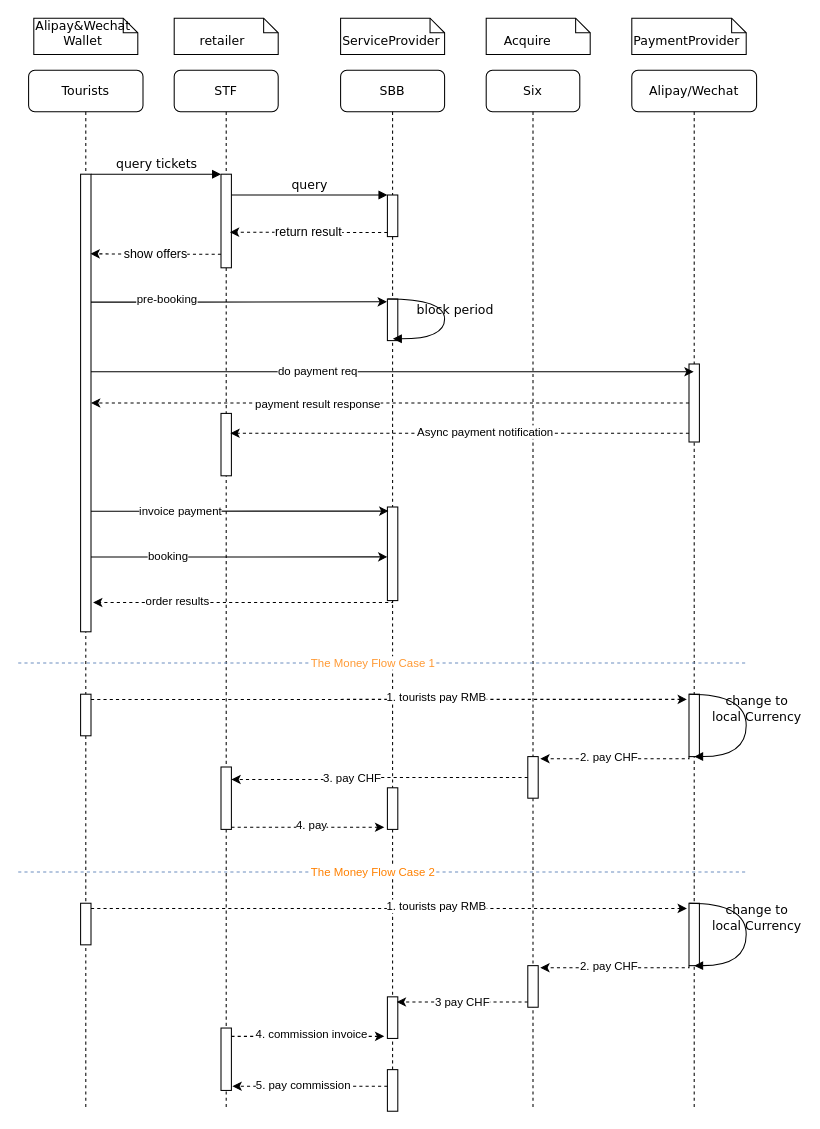
The draw.io diagram SBB-Seq.drawio in shidh/drawio, before the edit. Source tidied: cells renumbered, new cells numbered last; positions are measured from the earlier drawing's top-left corner, leaving out a move shared by most shapes. Both pictures are drawn from the tidied source at 104%, with x=0, y=0 at pixel (18, 18).
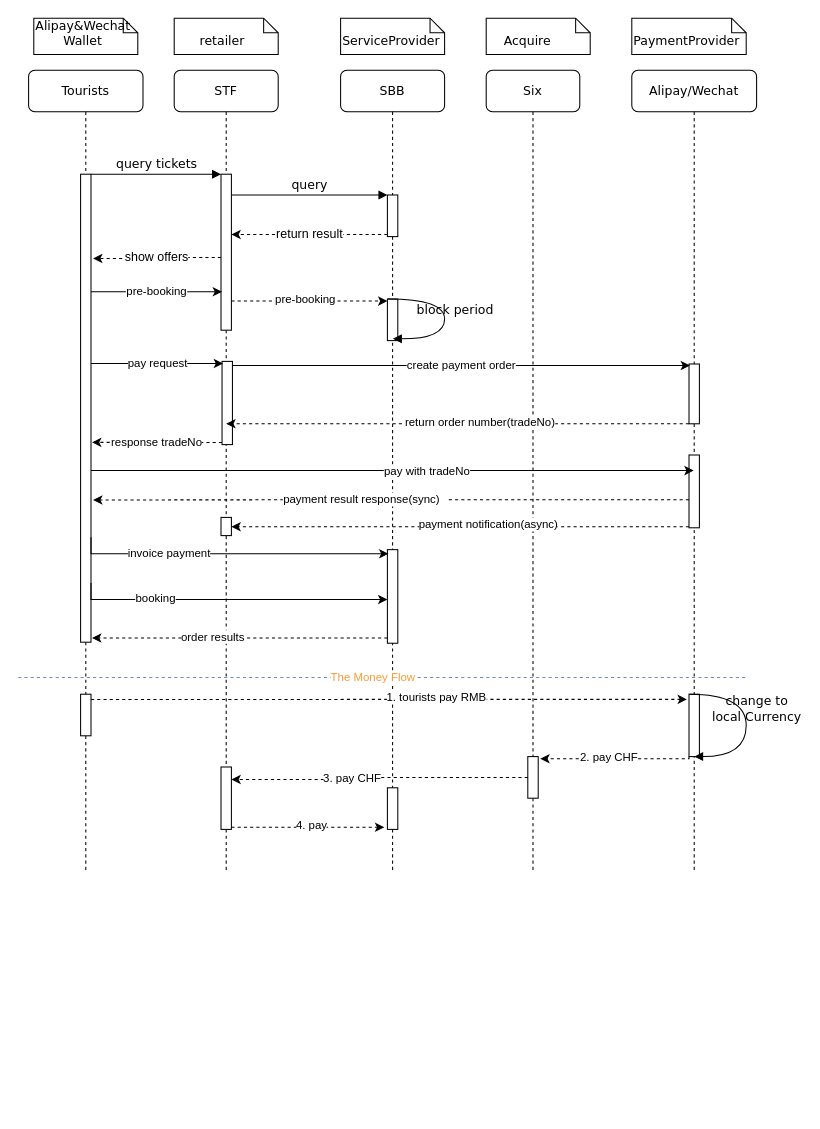
Above is the later version.

Unchanged cells that the change refers to:
```xml
<mxCell id="8" style="html=1;points=[];perimeter=orthogonalPerimeter;rounded=0;shadow=0;comic=0;labelBackgroundColor=none;strokeWidth=1;fontFamily=Verdana;fontSize=12;align=center;" parent="7" vertex="1">
  <mxGeometry x="45" y="120" width="10" height="40" as="geometry" />
</mxCell>
<mxCell id="9" style="html=1;points=[];perimeter=orthogonalPerimeter;rounded=0;shadow=0;comic=0;labelBackgroundColor=none;strokeWidth=1;fontFamily=Verdana;fontSize=12;align=center;" parent="7" vertex="1">
  <mxGeometry x="45" y="220" width="10" height="40" as="geometry" />
</mxCell>
```

Change to the diagram source:
```diff
@@
     <mxCell id="2" value="STF" style="shape=umlLifeline;perimeter=lifelinePerimeter;whiteSpace=wrap;html=1;rounded=1;shadow=0;comic=0;labelBackgroundColor=none;strokeWidth=1;fontFamily=Verdana;fontSize=12;align=center;" parent="1" vertex="1">
-      <mxGeometry x="150" y="50" width="100" height="1000" as="geometry" />
+      <mxGeometry x="150" y="50" width="100" height="770" as="geometry" />
     </mxCell>
     <mxCell id="3" style="html=1;points=[];perimeter=orthogonalPerimeter;rounded=0;shadow=0;comic=0;labelBackgroundColor=none;strokeWidth=1;fontFamily=Verdana;fontSize=12;align=center;" parent="2" vertex="1">
-      <mxGeometry x="45" y="100" width="10" height="90" as="geometry" />
+      <mxGeometry x="45" y="100" width="10" height="150" as="geometry" />
     </mxCell>
-    <mxCell id="4" style="html=1;points=[];perimeter=orthogonalPerimeter;rounded=0;shadow=0;comic=0;labelBackgroundColor=none;strokeWidth=1;fontFamily=Verdana;fontSize=12;align=center;" parent="2" vertex="1">
-      <mxGeometry x="45" y="330" width="10" height="60" as="geometry" />
-    </mxCell>
@@
-    <mxCell id="6" style="html=1;points=[];perimeter=orthogonalPerimeter;rounded=0;shadow=0;comic=0;labelBackgroundColor=none;strokeWidth=1;fontFamily=Verdana;fontSize=12;align=center;" parent="2" vertex="1">
-      <mxGeometry x="45" y="921" width="10" height="60" as="geometry" />
-    </mxCell>
+    <mxCell id="71" style="html=1;points=[];perimeter=orthogonalPerimeter;rounded=0;shadow=0;comic=0;labelBackgroundColor=none;strokeWidth=1;fontFamily=Verdana;fontSize=12;align=center;" parent="2" vertex="1">
+      <mxGeometry x="46" y="280" width="10" height="80" as="geometry" />
+    </mxCell>
+    <mxCell id="72" style="html=1;points=[];perimeter=orthogonalPerimeter;rounded=0;shadow=0;comic=0;labelBackgroundColor=none;strokeWidth=1;fontFamily=Verdana;fontSize=12;align=center;" parent="2" vertex="1">
+      <mxGeometry x="45" y="430" width="10" height="17.5" as="geometry" />
+    </mxCell>
     <mxCell id="7" value="SBB" style="shape=umlLifeline;perimeter=lifelinePerimeter;whiteSpace=wrap;html=1;rounded=1;shadow=0;comic=0;labelBackgroundColor=none;strokeWidth=1;fontFamily=Verdana;fontSize=12;align=center;" parent="1" vertex="1">
-      <mxGeometry x="310" y="50" width="100" height="1000" as="geometry" />
+      <mxGeometry x="310" y="50" width="100" height="770" as="geometry" />
     </mxCell>
@@
     <mxCell id="10" style="html=1;points=[];perimeter=orthogonalPerimeter;rounded=0;shadow=0;comic=0;labelBackgroundColor=none;strokeWidth=1;fontFamily=Verdana;fontSize=12;align=center;" parent="7" vertex="1">
-      <mxGeometry x="45" y="420" width="10" height="90" as="geometry" />
+      <mxGeometry x="45" y="461" width="10" height="90" as="geometry" />
     </mxCell>
-    <mxCell id="11" style="html=1;points=[];perimeter=orthogonalPerimeter;rounded=0;shadow=0;comic=0;labelBackgroundColor=none;strokeWidth=1;fontFamily=Verdana;fontSize=12;align=center;" parent="7" vertex="1">
-      <mxGeometry x="45" y="891" width="10" height="40" as="geometry" />
-    </mxCell>
@@
-    <mxCell id="13" style="html=1;points=[];perimeter=orthogonalPerimeter;rounded=0;shadow=0;comic=0;labelBackgroundColor=none;strokeWidth=1;fontFamily=Verdana;fontSize=12;align=center;" parent="7" vertex="1">
-      <mxGeometry x="45" y="961" width="10" height="40" as="geometry" />
-    </mxCell>
     <mxCell id="14" value="Six" style="shape=umlLifeline;perimeter=lifelinePerimeter;whiteSpace=wrap;html=1;rounded=1;shadow=0;comic=0;labelBackgroundColor=none;strokeWidth=1;fontFamily=Verdana;fontSize=12;align=center;" parent="1" vertex="1">
-      <mxGeometry x="450" y="50" width="90" height="1000" as="geometry" />
+      <mxGeometry x="450" y="50" width="90" height="770" as="geometry" />
     </mxCell>
@@
     <mxCell id="16" value="Alipay/Wechat" style="shape=umlLifeline;perimeter=lifelinePerimeter;whiteSpace=wrap;html=1;outlineConnect=0;rounded=1;shadow=0;comic=0;labelBackgroundColor=none;strokeWidth=1;fontFamily=Verdana;fontSize=12;align=center;" parent="1" vertex="1">
-      <mxGeometry x="590" y="50" width="120" height="1000" as="geometry" />
+      <mxGeometry x="590" y="50" width="120" height="770" as="geometry" />
     </mxCell>
     <mxCell id="17" style="html=1;points=[];perimeter=orthogonalPerimeter;rounded=0;shadow=0;comic=0;labelBackgroundColor=none;strokeWidth=1;fontFamily=Verdana;fontSize=12;align=center;" parent="16" vertex="1">
-      <mxGeometry x="55" y="282.5" width="10" height="75" as="geometry" />
+      <mxGeometry x="55" y="282.5" width="10" height="57.5" as="geometry" />
     </mxCell>
@@
+    <mxCell id="73" style="html=1;points=[];perimeter=orthogonalPerimeter;rounded=0;shadow=0;comic=0;labelBackgroundColor=none;strokeWidth=1;fontFamily=Verdana;fontSize=12;align=center;" parent="16" vertex="1">
+      <mxGeometry x="55" y="370" width="10" height="70" as="geometry" />
+    </mxCell>
     <mxCell id="19" value="Tourists" style="shape=umlLifeline;perimeter=lifelinePerimeter;whiteSpace=wrap;html=1;rounded=1;shadow=0;comic=0;labelBackgroundColor=none;strokeWidth=1;fontFamily=Verdana;fontSize=12;align=center;" parent="1" vertex="1">
-      <mxGeometry x="10" y="50" width="110" height="1000" as="geometry" />
+      <mxGeometry x="10" y="50" width="110" height="770" as="geometry" />
     </mxCell>
     <mxCell id="20" style="html=1;points=[];perimeter=orthogonalPerimeter;rounded=0;shadow=0;comic=0;labelBackgroundColor=none;strokeWidth=1;fontFamily=Verdana;fontSize=12;align=center;" parent="19" vertex="1">
-      <mxGeometry x="50" y="100" width="10" height="440" as="geometry" />
+      <mxGeometry x="50" y="100" width="10" height="450" as="geometry" />
     </mxCell>
@@
-    <mxCell id="22" style="html=1;points=[];perimeter=orthogonalPerimeter;rounded=0;shadow=0;comic=0;labelBackgroundColor=none;strokeWidth=1;fontFamily=Verdana;fontSize=12;align=center;" parent="19" vertex="1">
-      <mxGeometry x="50" y="801" width="10" height="40" as="geometry" />
-    </mxCell>
@@
-    <mxCell id="28" value="&lt;font style=&quot;font-size: 12px&quot;&gt;show offers&lt;/font&gt;" style="edgeStyle=orthogonalEdgeStyle;rounded=0;jettySize=auto;html=1;entryX=0.955;entryY=0.174;entryDx=0;entryDy=0;entryPerimeter=0;dashed=1;" parent="1" edge="1" source="3" target="20">
-      <mxGeometry relative="1" as="geometry">
-        <Array as="points">
-          <mxPoint x="160" y="227" />
-          <mxPoint x="160" y="227" />
-        </Array>
-      </mxGeometry>
-    </mxCell>
@@
-    <mxCell id="31" style="edgeStyle=orthogonalEdgeStyle;rounded=0;jettySize=auto;html=1;entryX=-0.045;entryY=0.068;entryDx=0;entryDy=0;entryPerimeter=0;" parent="1" edge="1" source="20" target="9">
-      <mxGeometry relative="1" as="geometry">
-        <Array as="points">
-          <mxPoint x="150" y="273" />
-          <mxPoint x="150" y="273" />
-        </Array>
-      </mxGeometry>
-    </mxCell>
-    <mxCell id="32" value="pre-booking" style="edgeLabel;html=1;align=center;verticalAlign=middle;" parent="31" vertex="1">
-      <mxGeometry x="-0.27" relative="1" as="geometry">
-        <mxPoint x="-31" y="-3" as="offset" />
-      </mxGeometry>
-    </mxCell>
@@
-    <mxCell id="34" value="do payment req" style="edgeStyle=orthogonalEdgeStyle;rounded=0;jettySize=auto;html=1;" parent="1" edge="1" source="20" target="16">
-      <mxGeometry x="-0.18" y="-20" relative="1" as="geometry">
-        <Array as="points">
-          <mxPoint x="300" y="340" />
-          <mxPoint x="300" y="340" />
-        </Array>
-        <mxPoint x="-20" y="-20" as="offset" />
-      </mxGeometry>
-    </mxCell>
-    <mxCell id="35" value="&lt;span style=&quot;font-size: 12px&quot;&gt;return result&lt;/span&gt;" style="edgeStyle=orthogonalEdgeStyle;rounded=0;jettySize=auto;html=1;entryX=0.855;entryY=0.619;entryDx=0;entryDy=0;entryPerimeter=0;dashed=1;" parent="1" edge="1" source="8" target="3">
-      <mxGeometry relative="1" as="geometry">
-        <Array as="points">
-          <mxPoint x="320" y="206" />
-          <mxPoint x="320" y="206" />
-        </Array>
-      </mxGeometry>
-    </mxCell>
-    <mxCell id="36" style="edgeStyle=orthogonalEdgeStyle;rounded=0;jettySize=auto;html=1;dashed=1;" parent="1" edge="1" source="17" target="20">
-      <mxGeometry relative="1" as="geometry">
-        <Array as="points">
-          <mxPoint x="490" y="370" />
-          <mxPoint x="490" y="370" />
-        </Array>
-      </mxGeometry>
-    </mxCell>
-    <mxCell id="37" value="payment result response" style="edgeLabel;html=1;align=center;verticalAlign=middle;" parent="36" vertex="1">
-      <mxGeometry x="0.35" y="-1" relative="1" as="geometry">
-        <mxPoint x="30" y="1" as="offset" />
-      </mxGeometry>
-    </mxCell>
-    <mxCell id="38" style="edgeStyle=orthogonalEdgeStyle;rounded=0;jettySize=auto;html=1;entryX=0.9;entryY=0.317;entryDx=0;entryDy=0;entryPerimeter=0;dashed=1;" parent="1" edge="1" source="17" target="4">
-      <mxGeometry relative="1" as="geometry">
-        <Array as="points">
-          <mxPoint x="530" y="399" />
-          <mxPoint x="530" y="399" />
-        </Array>
-      </mxGeometry>
-    </mxCell>
-    <mxCell id="39" value="Async payment notification" style="edgeLabel;html=1;align=center;verticalAlign=middle;" parent="38" vertex="1">
-      <mxGeometry x="-0.11" y="-2" relative="1" as="geometry" />
-    </mxCell>
-    <mxCell id="40" style="edgeStyle=orthogonalEdgeStyle;rounded=0;jettySize=auto;html=1;entryX=0.1;entryY=0.044;entryDx=0;entryDy=0;entryPerimeter=0;" parent="1" edge="1" source="20" target="10">
+    <mxCell id="40" style="edgeStyle=orthogonalEdgeStyle;rounded=0;jettySize=auto;html=1;entryX=0.1;entryY=0.044;entryDx=0;entryDy=0;entryPerimeter=0;" parent="1" edge="1" target="10">
       <mxGeometry relative="1" as="geometry">
+        <mxPoint x="70" y="499" as="sourcePoint" />
         <Array as="points">
-          <mxPoint x="140" y="474" />
-          <mxPoint x="140" y="474" />
+          <mxPoint x="70" y="515" />
         </Array>
       </mxGeometry>
     </mxCell>
@@
-    <mxCell id="42" style="edgeStyle=orthogonalEdgeStyle;rounded=0;jettySize=auto;html=1;entryX=0;entryY=0.533;entryDx=0;entryDy=0;entryPerimeter=0;" parent="1" edge="1" source="20" target="10">
+    <mxCell id="42" style="edgeStyle=orthogonalEdgeStyle;rounded=0;jettySize=auto;html=1;entryX=0;entryY=0.533;entryDx=0;entryDy=0;entryPerimeter=0;" parent="1" edge="1" target="10">
       <mxGeometry relative="1" as="geometry">
+        <mxPoint x="70" y="543" as="sourcePoint" />
         <Array as="points">
-          <mxPoint x="130" y="518" />
-          <mxPoint x="130" y="518" />
+          <mxPoint x="70" y="559" />
         </Array>
       </mxGeometry>
     </mxCell>
@@
-    <mxCell id="44" style="edgeStyle=orthogonalEdgeStyle;rounded=0;jettySize=auto;html=1;entryX=1.2;entryY=0.936;entryDx=0;entryDy=0;entryPerimeter=0;dashed=1;" parent="1" edge="1" source="10" target="20">
-      <mxGeometry relative="1" as="geometry">
-        <Array as="points">
-          <mxPoint x="360" y="562" />
-        </Array>
-      </mxGeometry>
-    </mxCell>
-    <mxCell id="45" value="order results" style="edgeLabel;html=1;align=center;verticalAlign=middle;" parent="44" vertex="1">
-      <mxGeometry x="0.37" y="-4" relative="1" as="geometry">
-        <mxPoint x="-9.8" y="2.2" as="offset" />
-      </mxGeometry>
-    </mxCell>
     <mxCell id="46" style="endArrow=none;dashed=1;html=1;fillColor=#dae8fc;strokeColor=#6c8ebf;" parent="1" edge="1">
       <mxGeometry relative="1" as="geometry">
-        <mxPoint y="620" as="sourcePoint" />
-        <mxPoint x="700" y="620" as="targetPoint" />
+        <mxPoint y="634" as="sourcePoint" />
+        <mxPoint x="700" y="634" as="targetPoint" />
       </mxGeometry>
     </mxCell>
-    <mxCell id="47" value="&lt;font color=&quot;#ff9933&quot;&gt;The Money Flow Case 1&lt;/font&gt;" style="edgeLabel;html=1;align=center;verticalAlign=middle;" parent="46" vertex="1">
+    <mxCell id="47" value="&lt;font color=&quot;#ff9933&quot;&gt;The Money Flow&lt;/font&gt;" style="edgeLabel;html=1;align=center;verticalAlign=middle;" parent="46" vertex="1">
       <mxGeometry x="-0.03" y="1" relative="1" as="geometry" />
     </mxCell>
@@
-    <mxCell id="57" value="&lt;font color=&quot;#000000&quot;&gt;3 pay CHF&lt;/font&gt;" style="edgeStyle=orthogonalEdgeStyle;rounded=0;jettySize=auto;html=1;entryX=0.9;entryY=0.125;entryDx=0;entryDy=0;entryPerimeter=0;dashed=1;fontColor=#FF8000;" parent="1" edge="1" source="58" target="11">
-      <mxGeometry relative="1" as="geometry">
-        <Array as="points">
-          <mxPoint x="460" y="946" />
-          <mxPoint x="460" y="946" />
-        </Array>
-      </mxGeometry>
-    </mxCell>
-    <mxCell id="58" style="html=1;points=[];perimeter=orthogonalPerimeter;rounded=0;shadow=0;comic=0;labelBackgroundColor=none;strokeWidth=1;fontFamily=Verdana;fontSize=12;align=center;" parent="1" vertex="1">
-      <mxGeometry x="490" y="911" width="10" height="40" as="geometry" />
-    </mxCell>
-    <mxCell id="59" style="html=1;points=[];perimeter=orthogonalPerimeter;rounded=0;shadow=0;comic=0;labelBackgroundColor=none;strokeWidth=1;fontFamily=Verdana;fontSize=12;align=center;" parent="1" vertex="1">
-      <mxGeometry x="645" y="851" width="10" height="60" as="geometry" />
-    </mxCell>
-    <mxCell id="60" value="change to &lt;br&gt;local Currency" style="html=1;verticalAlign=bottom;endArrow=block;labelBackgroundColor=none;fontFamily=Verdana;fontSize=12;elbow=vertical;edgeStyle=orthogonalEdgeStyle;curved=1;exitX=1.038;exitY=0.345;exitPerimeter=0;" parent="1" edge="1">
-      <mxGeometry x="0.05" y="10" relative="1" as="geometry">
-        <mxPoint x="645.3" y="851" as="sourcePoint" />
-        <mxPoint x="650" y="911" as="targetPoint" />
-        <Array as="points">
-          <mxPoint x="700" y="851" />
-          <mxPoint x="700" y="911" />
-        </Array>
-      </mxGeometry>
-    </mxCell>
-    <mxCell id="61" style="edgeStyle=orthogonalEdgeStyle;rounded=0;jettySize=auto;html=1;entryX=-0.2;entryY=0.083;entryDx=0;entryDy=0;entryPerimeter=0;dashed=1;" parent="1" edge="1" source="22" target="59">
-      <mxGeometry relative="1" as="geometry">
-        <Array as="points">
-          <mxPoint x="210" y="856" />
-          <mxPoint x="210" y="856" />
-        </Array>
-      </mxGeometry>
-    </mxCell>
-    <mxCell id="62" value="1. tourists pay RMB" style="edgeLabel;html=1;align=center;verticalAlign=middle;" parent="61" vertex="1">
-      <mxGeometry x="0.16" y="2" relative="1" as="geometry" />
-    </mxCell>
-    <mxCell id="63" style="edgeStyle=orthogonalEdgeStyle;rounded=0;jettySize=auto;html=1;entryX=1.2;entryY=0.05;entryDx=0;entryDy=0;entryPerimeter=0;dashed=1;" parent="1" edge="1" source="59" target="58">
-      <mxGeometry relative="1" as="geometry">
-        <Array as="points">
-          <mxPoint x="645" y="913" />
-        </Array>
-      </mxGeometry>
-    </mxCell>
-    <mxCell id="64" value="2. pay CHF" style="edgeLabel;html=1;align=center;verticalAlign=middle;" parent="63" vertex="1">
-      <mxGeometry x="0.45" y="-2" relative="1" as="geometry">
-        <mxPoint x="25" as="offset" />
-      </mxGeometry>
-    </mxCell>
-    <mxCell id="65" style="edgeStyle=orthogonalEdgeStyle;rounded=0;jettySize=auto;html=1;entryX=-0.3;entryY=0.95;entryDx=0;entryDy=0;entryPerimeter=0;dashed=1;" parent="1" edge="1" source="6" target="11">
-      <mxGeometry relative="1" as="geometry">
-        <Array as="points">
-          <mxPoint x="200" y="979" />
-        </Array>
-      </mxGeometry>
-    </mxCell>
-    <mxCell id="66" value="4. commission invoice" style="edgeLabel;html=1;align=center;verticalAlign=middle;" parent="65" vertex="1">
-      <mxGeometry x="0.03" y="3" relative="1" as="geometry" />
-    </mxCell>
-    <mxCell id="67" style="endArrow=none;dashed=1;html=1;fillColor=#dae8fc;strokeColor=#6c8ebf;" parent="1" edge="1">
-      <mxGeometry relative="1" as="geometry">
-        <mxPoint y="821" as="sourcePoint" />
-        <mxPoint x="700" y="821" as="targetPoint" />
-      </mxGeometry>
-    </mxCell>
-    <mxCell id="68" value="The Money Flow Case 2" style="edgeLabel;html=1;align=center;verticalAlign=middle;fontColor=#FF8000;" parent="67" vertex="1">
-      <mxGeometry x="-0.03" y="1" relative="1" as="geometry" />
-    </mxCell>
-    <mxCell id="69" style="edgeStyle=orthogonalEdgeStyle;rounded=0;jettySize=auto;html=1;entryX=1.1;entryY=0.933;entryDx=0;entryDy=0;entryPerimeter=0;dashed=1;fontColor=#FF8000;" parent="1" edge="1" source="13" target="6">
-      <mxGeometry relative="1" as="geometry">
-        <Array as="points">
-          <mxPoint x="310" y="1027" />
-          <mxPoint x="310" y="1027" />
-        </Array>
-      </mxGeometry>
-    </mxCell>
-    <mxCell id="70" value="5. pay commission" style="edgeLabel;html=1;align=center;verticalAlign=middle;fontColor=#000000;" parent="69" vertex="1">
-      <mxGeometry x="0.1" y="-1" relative="1" as="geometry" />
-    </mxCell>
+    <mxCell id="74" style="edgeStyle=orthogonalEdgeStyle;rounded=0;jettySize=auto;html=1;dashed=1;entryX=0.4;entryY=0.75;entryDx=0;entryDy=0;entryPerimeter=0;" parent="1" edge="1" source="17" target="71">
+      <mxGeometry relative="1" as="geometry">
+        <Array as="points">
+          <mxPoint x="530" y="390" />
+          <mxPoint x="530" y="390" />
+        </Array>
+      </mxGeometry>
+    </mxCell>
+    <mxCell id="75" value="return order number(tradeNo)" style="edgeLabel;html=1;align=center;verticalAlign=middle;" parent="74" vertex="1">
+      <mxGeometry x="-0.09" y="-2" relative="1" as="geometry" />
+    </mxCell>
+    <mxCell id="76" value="pay request" style="edgeStyle=orthogonalEdgeStyle;rounded=0;jettySize=auto;html=1;entryX=0.1;entryY=0.025;entryDx=0;entryDy=0;entryPerimeter=0;" parent="1" edge="1" source="20" target="71">
+      <mxGeometry relative="1" as="geometry">
+        <Array as="points">
+          <mxPoint x="100" y="332" />
+          <mxPoint x="100" y="332" />
+        </Array>
+      </mxGeometry>
+    </mxCell>
+    <mxCell id="77" value="create payment order" style="edgeStyle=orthogonalEdgeStyle;rounded=0;jettySize=auto;html=1;entryX=0.1;entryY=0.026;entryDx=0;entryDy=0;entryPerimeter=0;" parent="1" edge="1" source="71" target="17">
+      <mxGeometry relative="1" as="geometry">
+        <Array as="points">
+          <mxPoint x="310" y="334" />
+          <mxPoint x="310" y="334" />
+        </Array>
+      </mxGeometry>
+    </mxCell>
+    <mxCell id="34" style="edgeStyle=orthogonalEdgeStyle;rounded=0;jettySize=auto;html=1;" parent="1" edge="1" source="20" target="16">
+      <mxGeometry relative="1" as="geometry">
+        <Array as="points">
+          <mxPoint x="200" y="435" />
+          <mxPoint x="200" y="435" />
+        </Array>
+      </mxGeometry>
+    </mxCell>
+    <mxCell id="78" value="pay with tradeNo" style="edgeLabel;html=1;align=center;verticalAlign=middle;" parent="34" vertex="1">
+      <mxGeometry x="0.11" relative="1" as="geometry" />
+    </mxCell>
+    <mxCell id="44" style="edgeStyle=orthogonalEdgeStyle;rounded=0;jettySize=auto;html=1;entryX=1.1;entryY=0.991;entryDx=0;entryDy=0;entryPerimeter=0;dashed=1;" parent="1" edge="1" source="10" target="20">
+      <mxGeometry relative="1" as="geometry">
+        <Array as="points">
+          <mxPoint x="280" y="596" />
+          <mxPoint x="280" y="596" />
+        </Array>
+      </mxGeometry>
+    </mxCell>
+    <mxCell id="45" value="order results" style="edgeLabel;html=1;align=center;verticalAlign=middle;" parent="44" vertex="1">
+      <mxGeometry x="0.19" y="-1" relative="1" as="geometry" />
+    </mxCell>
+    <mxCell id="79" style="edgeStyle=orthogonalEdgeStyle;rounded=0;jettySize=auto;html=1;dashed=1;" parent="1" edge="1" source="73" target="72">
+      <mxGeometry relative="1" as="geometry">
+        <Array as="points">
+          <mxPoint x="540" y="489" />
+          <mxPoint x="540" y="489" />
+        </Array>
+      </mxGeometry>
+    </mxCell>
+    <mxCell id="80" value="payment notification(async)" style="edgeLabel;html=1;align=center;verticalAlign=middle;" parent="79" vertex="1">
+      <mxGeometry x="-0.12" y="-3" relative="1" as="geometry" />
+    </mxCell>
+    <mxCell id="81" value="response tradeNo" style="edgeStyle=orthogonalEdgeStyle;rounded=0;jettySize=auto;html=1;entryX=1.1;entryY=0.573;entryDx=0;entryDy=0;entryPerimeter=0;dashed=1;" parent="1" edge="1" source="71" target="20">
+      <mxGeometry relative="1" as="geometry">
+        <Array as="points">
+          <mxPoint x="170" y="408" />
+          <mxPoint x="170" y="408" />
+        </Array>
+      </mxGeometry>
+    </mxCell>
+    <mxCell id="28" value="&lt;span style=&quot;font-size: 12px&quot;&gt;show offers&lt;/span&gt;" style="edgeStyle=orthogonalEdgeStyle;rounded=0;jettySize=auto;html=1;entryX=1.2;entryY=0.18;entryDx=0;entryDy=0;entryPerimeter=0;dashed=1;" parent="1" edge="1" source="3" target="20">
+      <mxGeometry relative="1" as="geometry">
+        <Array as="points">
+          <mxPoint x="133" y="230" />
+          <mxPoint x="133" y="231" />
+        </Array>
+      </mxGeometry>
+    </mxCell>
+    <mxCell id="82" value="pre-booking" style="edgeStyle=orthogonalEdgeStyle;rounded=0;jettySize=auto;html=1;entryX=0.1;entryY=0.753;entryDx=0;entryDy=0;entryPerimeter=0;" parent="1" edge="1" source="20" target="3">
+      <mxGeometry relative="1" as="geometry">
+        <Array as="points">
+          <mxPoint x="130" y="263" />
+          <mxPoint x="130" y="263" />
+        </Array>
+      </mxGeometry>
+    </mxCell>
+    <mxCell id="35" value="&lt;span style=&quot;font-size: 12px&quot;&gt;return result&lt;/span&gt;" style="edgeStyle=orthogonalEdgeStyle;rounded=0;jettySize=auto;html=1;entryX=1;entryY=0.387;entryDx=0;entryDy=0;entryPerimeter=0;dashed=1;" parent="1" edge="1" source="8" target="3">
+      <mxGeometry relative="1" as="geometry">
+        <Array as="points">
+          <mxPoint x="320" y="208" />
+          <mxPoint x="320" y="208" />
+        </Array>
+      </mxGeometry>
+    </mxCell>
+    <mxCell id="83" style="edgeStyle=orthogonalEdgeStyle;rounded=0;jettySize=auto;html=1;entryX=0;entryY=0.05;entryDx=0;entryDy=0;entryPerimeter=0;dashed=1;" parent="1" edge="1" source="3" target="9">
+      <mxGeometry relative="1" as="geometry">
+        <Array as="points">
+          <mxPoint x="250" y="272" />
+          <mxPoint x="250" y="272" />
+        </Array>
+      </mxGeometry>
+    </mxCell>
+    <mxCell id="32" value="pre-booking" style="edgeLabel;html=1;align=center;verticalAlign=middle;" parent="83" vertex="1">
+      <mxGeometry x="-0.07" y="3" relative="1" as="geometry" />
+    </mxCell>
+    <mxCell id="84" style="edgeStyle=orthogonalEdgeStyle;rounded=0;jettySize=auto;html=1;entryX=1.2;entryY=0.696;entryDx=0;entryDy=0;entryPerimeter=0;dashed=1;" parent="1" edge="1" source="73" target="20">
+      <mxGeometry relative="1" as="geometry">
+        <Array as="points">
+          <mxPoint x="500" y="463" />
+          <mxPoint x="500" y="463" />
+        </Array>
+      </mxGeometry>
+    </mxCell>
+    <mxCell id="85" value="payment result response(sync)&amp;nbsp;&amp;nbsp;" style="edgeLabel;html=1;align=center;verticalAlign=middle;" parent="84" vertex="1">
+      <mxGeometry x="0.09" y="-1" relative="1" as="geometry" />
+    </mxCell>
```
